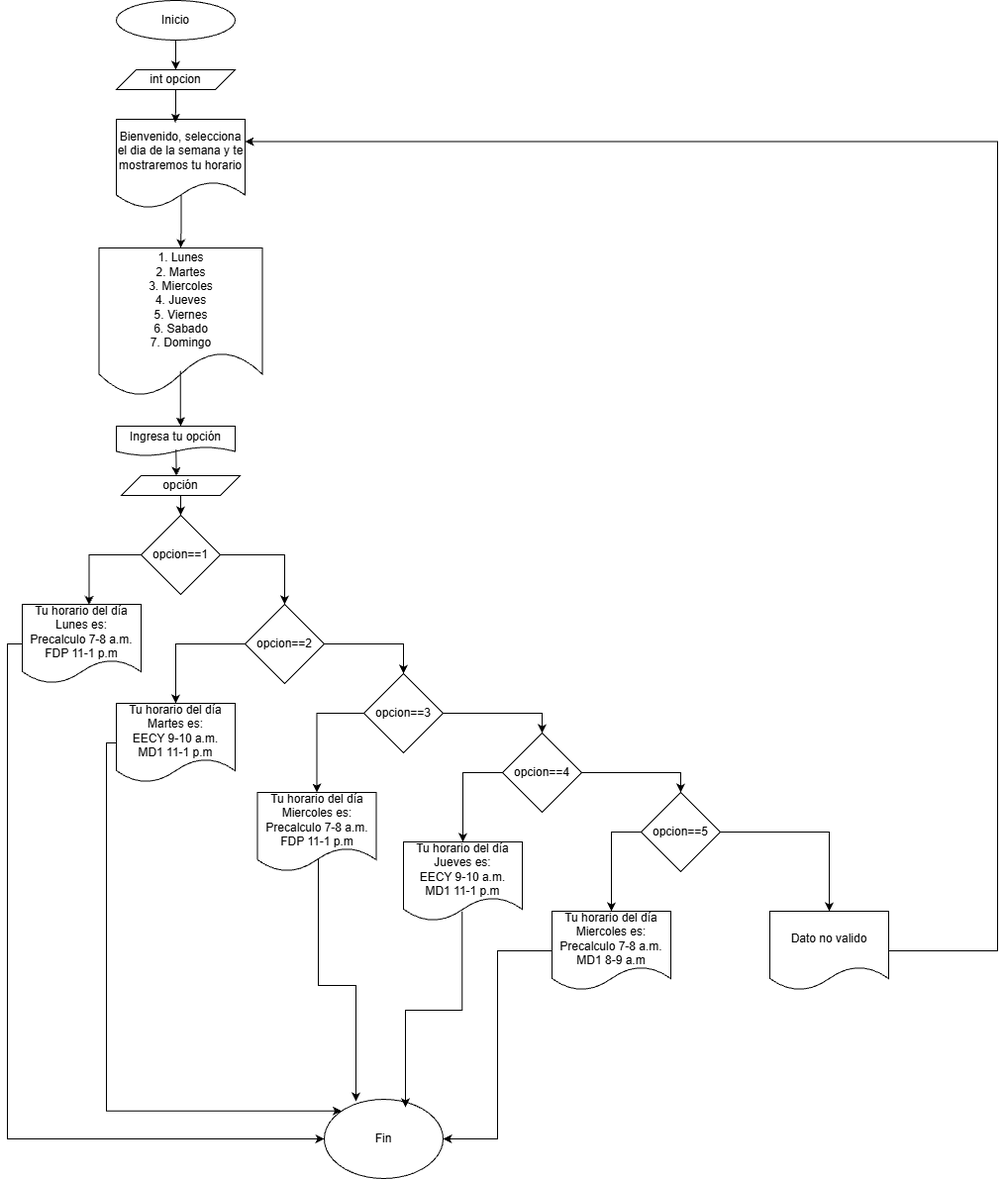
This is Ejercicios switch/Flujogramas/Flujograma Ejercicio16_clase.drawio.png from juanjo-guerra/FDP_Tarea, a draw.io export, as it was before one commit. Source tidied: cells renumbered, new cells last; positions are measured from the earlier drawing's top-left corner, leaving out a move shared by most shapes. Its diagram source:
```xml
<mxGraphModel>
  <root>
    <mxCell id="0" />
    <mxCell id="1" parent="0" />
    <mxCell id="2" style="edgeStyle=orthogonalEdgeStyle;rounded=0;jettySize=auto;html=1;entryX=0.5;entryY=0;entryDx=0;entryDy=0;" parent="1" edge="1" source="3" target="4">
      <mxGeometry relative="1" as="geometry" />
    </mxCell>
    <mxCell id="3" value="Inicio" style="ellipse;whiteSpace=wrap;html=1;" parent="1" vertex="1">
      <mxGeometry x="110" width="120" height="40" as="geometry" />
    </mxCell>
    <mxCell id="4" value="int opcion" style="shape=parallelogram;perimeter=parallelogramPerimeter;whiteSpace=wrap;html=1;fixedSize=1;" parent="1" vertex="1">
      <mxGeometry x="110" y="70" width="120" height="20" as="geometry" />
    </mxCell>
    <mxCell id="5" style="edgeStyle=orthogonalEdgeStyle;rounded=0;jettySize=auto;html=1;entryX=0.5;entryY=0;entryDx=0;entryDy=0;exitX=0.504;exitY=0.844;exitDx=0;exitDy=0;exitPerimeter=0;" parent="1" edge="1" source="6" target="7">
      <mxGeometry relative="1" as="geometry" />
    </mxCell>
    <mxCell id="6" value="Bienvenido, selecciona el dia de la semana y te mostraremos tu horario" style="shape=document;whiteSpace=wrap;html=1;boundedLbl=1;" parent="1" vertex="1">
      <mxGeometry x="110" y="120" width="130" height="90" as="geometry" />
    </mxCell>
    <mxCell id="7" value="1. Lunes&lt;div&gt;2. Martes&lt;/div&gt;&lt;div&gt;3. Miercoles&lt;/div&gt;&lt;div&gt;4. Jueves&lt;/div&gt;&lt;div&gt;5. Viernes&lt;/div&gt;&lt;div&gt;6. Sabado&lt;/div&gt;&lt;div&gt;7. Domingo&lt;/div&gt;" style="shape=document;whiteSpace=wrap;html=1;boundedLbl=1;" parent="1" vertex="1">
      <mxGeometry x="92.5" y="250" width="165" height="150" as="geometry" />
    </mxCell>
    <mxCell id="8" value="Ingresa tu opción" style="shape=document;whiteSpace=wrap;html=1;boundedLbl=1;" parent="1" vertex="1">
      <mxGeometry x="110" y="430" width="120" height="30" as="geometry" />
    </mxCell>
    <mxCell id="9" style="edgeStyle=orthogonalEdgeStyle;rounded=0;jettySize=auto;html=1;entryX=0.5;entryY=0;entryDx=0;entryDy=0;" parent="1" edge="1" source="10" target="12">
      <mxGeometry relative="1" as="geometry" />
    </mxCell>
    <mxCell id="10" value="opción" style="shape=parallelogram;perimeter=parallelogramPerimeter;whiteSpace=wrap;html=1;fixedSize=1;" parent="1" vertex="1">
      <mxGeometry x="115" y="480" width="120" height="20" as="geometry" />
    </mxCell>
    <mxCell id="11" style="edgeStyle=orthogonalEdgeStyle;rounded=0;jettySize=auto;html=1;entryX=0.5;entryY=0;entryDx=0;entryDy=0;" parent="1" edge="1" source="12" target="17">
      <mxGeometry relative="1" as="geometry" />
    </mxCell>
    <mxCell id="12" value="opcion==1" style="rhombus;whiteSpace=wrap;html=1;" parent="1" vertex="1">
      <mxGeometry x="135" y="520" width="80" height="80" as="geometry" />
    </mxCell>
    <mxCell id="13" style="edgeStyle=orthogonalEdgeStyle;rounded=0;jettySize=auto;html=1;entryX=0;entryY=0.5;entryDx=0;entryDy=0;" parent="1" edge="1" source="14" target="35">
      <mxGeometry relative="1" as="geometry">
        <Array as="points">
          <mxPoint y="650" />
          <mxPoint y="1150" />
        </Array>
      </mxGeometry>
    </mxCell>
    <mxCell id="14" value="Tu horario del día Lunes es:&lt;br&gt;Precalculo 7-8 a.m.&lt;br&gt;FDP 11-1 p.m" style="shape=document;whiteSpace=wrap;html=1;boundedLbl=1;" parent="1" vertex="1">
      <mxGeometry x="15" y="610" width="120" height="80" as="geometry" />
    </mxCell>
    <mxCell id="15" style="edgeStyle=orthogonalEdgeStyle;rounded=0;jettySize=auto;html=1;entryX=0.5;entryY=0;entryDx=0;entryDy=0;" parent="1" edge="1" source="17" target="22">
      <mxGeometry relative="1" as="geometry" />
    </mxCell>
    <mxCell id="16" style="edgeStyle=orthogonalEdgeStyle;rounded=0;jettySize=auto;html=1;entryX=0.5;entryY=0;entryDx=0;entryDy=0;" parent="1" edge="1" source="17" target="19">
      <mxGeometry relative="1" as="geometry" />
    </mxCell>
    <mxCell id="17" value="opcion==2" style="rhombus;whiteSpace=wrap;html=1;" parent="1" vertex="1">
      <mxGeometry x="240" y="610" width="80" height="80" as="geometry" />
    </mxCell>
    <mxCell id="18" style="edgeStyle=orthogonalEdgeStyle;rounded=0;jettySize=auto;html=1;entryX=0;entryY=0;entryDx=0;entryDy=0;" parent="1" edge="1" source="19" target="35">
      <mxGeometry relative="1" as="geometry">
        <Array as="points">
          <mxPoint x="100" y="750" />
          <mxPoint x="100" y="1122" />
        </Array>
      </mxGeometry>
    </mxCell>
    <mxCell id="19" value="Tu horario del día Martes es:&lt;br&gt;EECY 9-10 a.m.&lt;br&gt;MD1 11-1 p.m" style="shape=document;whiteSpace=wrap;html=1;boundedLbl=1;" parent="1" vertex="1">
      <mxGeometry x="110" y="710" width="120" height="80" as="geometry" />
    </mxCell>
    <mxCell id="20" style="edgeStyle=orthogonalEdgeStyle;rounded=0;jettySize=auto;html=1;entryX=0.5;entryY=0;entryDx=0;entryDy=0;exitX=0;exitY=0.5;exitDx=0;exitDy=0;" parent="1" edge="1" source="22" target="23">
      <mxGeometry relative="1" as="geometry" />
    </mxCell>
    <mxCell id="21" style="edgeStyle=orthogonalEdgeStyle;rounded=0;jettySize=auto;html=1;entryX=0.5;entryY=0;entryDx=0;entryDy=0;" parent="1" edge="1" source="22" target="26">
      <mxGeometry relative="1" as="geometry" />
    </mxCell>
    <mxCell id="22" value="opcion==3" style="rhombus;whiteSpace=wrap;html=1;" parent="1" vertex="1">
      <mxGeometry x="360" y="680" width="80" height="80" as="geometry" />
    </mxCell>
    <mxCell id="23" value="Tu horario del día Miercoles es:&lt;br&gt;Precalculo 7-8 a.m.&lt;br&gt;FDP 11-1 p.m" style="shape=document;whiteSpace=wrap;html=1;boundedLbl=1;" parent="1" vertex="1">
      <mxGeometry x="252.5" y="800" width="120" height="80" as="geometry" />
    </mxCell>
    <mxCell id="24" style="edgeStyle=orthogonalEdgeStyle;rounded=0;jettySize=auto;html=1;entryX=0.5;entryY=0;entryDx=0;entryDy=0;exitX=0;exitY=0.5;exitDx=0;exitDy=0;" parent="1" edge="1" source="26" target="27">
      <mxGeometry relative="1" as="geometry" />
    </mxCell>
    <mxCell id="25" style="edgeStyle=orthogonalEdgeStyle;rounded=0;jettySize=auto;html=1;entryX=0.5;entryY=0;entryDx=0;entryDy=0;" parent="1" edge="1" source="26" target="30">
      <mxGeometry relative="1" as="geometry" />
    </mxCell>
    <mxCell id="26" value="opcion==4" style="rhombus;whiteSpace=wrap;html=1;" parent="1" vertex="1">
      <mxGeometry x="500" y="740" width="80" height="80" as="geometry" />
    </mxCell>
    <mxCell id="27" value="Tu horario del día Jueves es:&lt;br&gt;EECY 9-10 a.m.&lt;br&gt;MD1 11-1 p.m" style="shape=document;whiteSpace=wrap;html=1;boundedLbl=1;" parent="1" vertex="1">
      <mxGeometry x="400" y="850" width="120" height="80" as="geometry" />
    </mxCell>
    <mxCell id="28" style="edgeStyle=orthogonalEdgeStyle;rounded=0;jettySize=auto;html=1;entryX=0.5;entryY=0;entryDx=0;entryDy=0;exitX=0;exitY=0.5;exitDx=0;exitDy=0;" parent="1" edge="1" source="30" target="32">
      <mxGeometry relative="1" as="geometry" />
    </mxCell>
    <mxCell id="29" style="edgeStyle=orthogonalEdgeStyle;rounded=0;jettySize=auto;html=1;entryX=0.5;entryY=0;entryDx=0;entryDy=0;" parent="1" edge="1" source="30" target="34">
      <mxGeometry relative="1" as="geometry" />
    </mxCell>
    <mxCell id="30" value="opcion==5" style="rhombus;whiteSpace=wrap;html=1;" parent="1" vertex="1">
      <mxGeometry x="640" y="800" width="80" height="80" as="geometry" />
    </mxCell>
    <mxCell id="31" style="edgeStyle=orthogonalEdgeStyle;rounded=0;jettySize=auto;html=1;entryX=1;entryY=0.5;entryDx=0;entryDy=0;" parent="1" edge="1" source="32" target="35">
      <mxGeometry relative="1" as="geometry" />
    </mxCell>
    <mxCell id="32" value="Tu horario del día Miercoles es:&lt;br&gt;Precalculo 7-8 a.m.&lt;br&gt;MD1 8-9 a.m" style="shape=document;whiteSpace=wrap;html=1;boundedLbl=1;" parent="1" vertex="1">
      <mxGeometry x="550" y="920" width="120" height="80" as="geometry" />
    </mxCell>
    <mxCell id="33" style="edgeStyle=orthogonalEdgeStyle;rounded=0;jettySize=auto;html=1;entryX=1;entryY=0.25;entryDx=0;entryDy=0;" parent="1" edge="1" source="34" target="6">
      <mxGeometry relative="1" as="geometry">
        <Array as="points">
          <mxPoint x="1000" y="960" />
          <mxPoint x="1000" y="143" />
        </Array>
      </mxGeometry>
    </mxCell>
    <mxCell id="34" value="Dato no valido" style="shape=document;whiteSpace=wrap;html=1;boundedLbl=1;" parent="1" vertex="1">
      <mxGeometry x="770" y="920" width="120" height="80" as="geometry" />
    </mxCell>
    <mxCell id="35" value="Fin" style="ellipse;whiteSpace=wrap;html=1;" parent="1" vertex="1">
      <mxGeometry x="320" y="1110" width="120" height="80" as="geometry" />
    </mxCell>
    <mxCell id="36" style="edgeStyle=orthogonalEdgeStyle;rounded=0;jettySize=auto;html=1;entryX=0.458;entryY=0.037;entryDx=0;entryDy=0;entryPerimeter=0;" parent="1" edge="1" source="4" target="6">
      <mxGeometry relative="1" as="geometry" />
    </mxCell>
    <mxCell id="37" style="edgeStyle=orthogonalEdgeStyle;rounded=0;jettySize=auto;html=1;entryX=0.542;entryY=0;entryDx=0;entryDy=0;entryPerimeter=0;exitX=0.498;exitY=0.829;exitDx=0;exitDy=0;exitPerimeter=0;" parent="1" edge="1" source="7" target="8">
      <mxGeometry relative="1" as="geometry" />
    </mxCell>
    <mxCell id="38" style="edgeStyle=orthogonalEdgeStyle;rounded=0;jettySize=auto;html=1;entryX=0.464;entryY=0.013;entryDx=0;entryDy=0;entryPerimeter=0;exitX=0.502;exitY=0.79;exitDx=0;exitDy=0;exitPerimeter=0;" parent="1" edge="1" source="8" target="10">
      <mxGeometry relative="1" as="geometry" />
    </mxCell>
    <mxCell id="39" style="edgeStyle=orthogonalEdgeStyle;rounded=0;jettySize=auto;html=1;entryX=0.563;entryY=0.006;entryDx=0;entryDy=0;entryPerimeter=0;exitX=0;exitY=0.5;exitDx=0;exitDy=0;" parent="1" edge="1" source="12" target="14">
      <mxGeometry relative="1" as="geometry">
        <Array as="points">
          <mxPoint x="83" y="560" />
        </Array>
      </mxGeometry>
    </mxCell>
    <mxCell id="40" style="edgeStyle=orthogonalEdgeStyle;rounded=0;jettySize=auto;html=1;entryX=0.267;entryY=0.025;entryDx=0;entryDy=0;entryPerimeter=0;exitX=0.512;exitY=0.842;exitDx=0;exitDy=0;exitPerimeter=0;" parent="1" edge="1" source="23" target="35">
      <mxGeometry relative="1" as="geometry" />
    </mxCell>
    <mxCell id="41" style="edgeStyle=orthogonalEdgeStyle;rounded=0;jettySize=auto;html=1;entryX=0.683;entryY=0.1;entryDx=0;entryDy=0;entryPerimeter=0;exitX=0.494;exitY=0.879;exitDx=0;exitDy=0;exitPerimeter=0;" parent="1" edge="1" source="27" target="35">
      <mxGeometry relative="1" as="geometry" />
    </mxCell>
  </root>
</mxGraphModel>
```
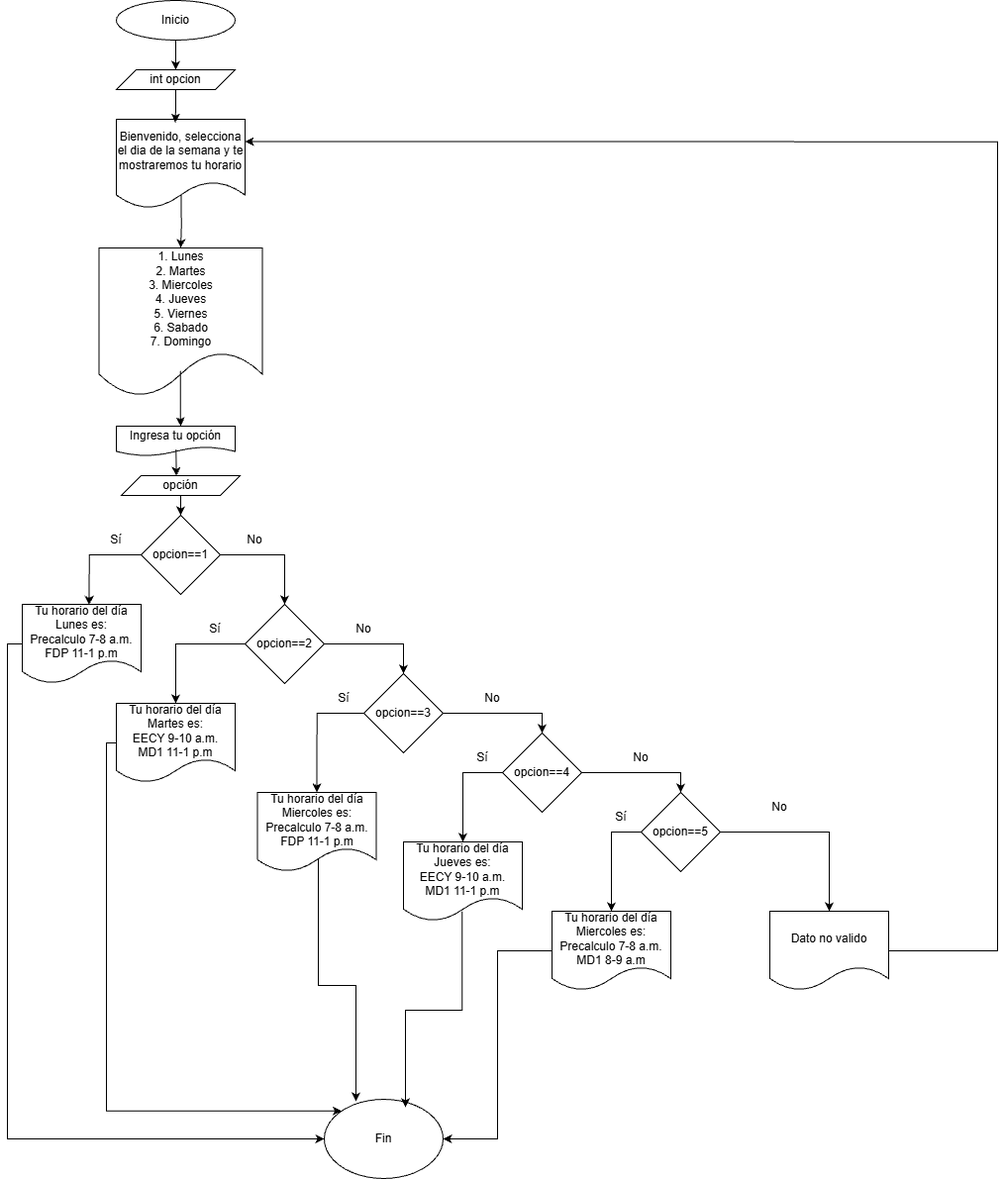
The same diagram one commit later.

The edit, as a diff of the source:
```diff
@@ -141,5 +141,35 @@
     <mxCell id="41" style="edgeStyle=orthogonalEdgeStyle;rounded=0;jettySize=auto;html=1;entryX=0.683;entryY=0.1;entryDx=0;entryDy=0;entryPerimeter=0;exitX=0.494;exitY=0.879;exitDx=0;exitDy=0;exitPerimeter=0;" parent="1" edge="1" source="27" target="35">
       <mxGeometry relative="1" as="geometry" />
     </mxCell>
+    <mxCell id="42" value="Sí" style="text;html=1;whiteSpace=wrap;strokeColor=none;fillColor=none;align=center;verticalAlign=middle;rounded=0;" parent="1" vertex="1">
+      <mxGeometry x="80" y="530" width="60" height="30" as="geometry" />
+    </mxCell>
+    <mxCell id="43" value="No" style="text;html=1;whiteSpace=wrap;strokeColor=none;fillColor=none;align=center;verticalAlign=middle;rounded=0;" parent="1" vertex="1">
+      <mxGeometry x="220" y="530" width="60" height="30" as="geometry" />
+    </mxCell>
+    <mxCell id="44" value="Sí" style="text;html=1;whiteSpace=wrap;strokeColor=none;fillColor=none;align=center;verticalAlign=middle;rounded=0;" parent="1" vertex="1">
+      <mxGeometry x="180" y="620" width="60" height="30" as="geometry" />
+    </mxCell>
+    <mxCell id="45" value="No" style="text;html=1;whiteSpace=wrap;strokeColor=none;fillColor=none;align=center;verticalAlign=middle;rounded=0;" parent="1" vertex="1">
+      <mxGeometry x="330" y="620" width="60" height="30" as="geometry" />
+    </mxCell>
+    <mxCell id="46" value="Sí" style="text;html=1;whiteSpace=wrap;strokeColor=none;fillColor=none;align=center;verticalAlign=middle;rounded=0;" parent="1" vertex="1">
+      <mxGeometry x="310" y="690" width="60" height="30" as="geometry" />
+    </mxCell>
+    <mxCell id="47" value="No" style="text;html=1;whiteSpace=wrap;strokeColor=none;fillColor=none;align=center;verticalAlign=middle;rounded=0;" parent="1" vertex="1">
+      <mxGeometry x="460" y="690" width="60" height="30" as="geometry" />
+    </mxCell>
+    <mxCell id="48" value="Sí" style="text;html=1;whiteSpace=wrap;strokeColor=none;fillColor=none;align=center;verticalAlign=middle;rounded=0;" parent="1" vertex="1">
+      <mxGeometry x="450" y="750" width="60" height="30" as="geometry" />
+    </mxCell>
+    <mxCell id="49" value="No" style="text;html=1;whiteSpace=wrap;strokeColor=none;fillColor=none;align=center;verticalAlign=middle;rounded=0;" parent="1" vertex="1">
+      <mxGeometry x="610" y="750" width="60" height="30" as="geometry" />
+    </mxCell>
+    <mxCell id="50" value="Sí" style="text;html=1;whiteSpace=wrap;strokeColor=none;fillColor=none;align=center;verticalAlign=middle;rounded=0;" parent="1" vertex="1">
+      <mxGeometry x="590" y="810" width="60" height="30" as="geometry" />
+    </mxCell>
+    <mxCell id="51" value="No" style="text;html=1;whiteSpace=wrap;strokeColor=none;fillColor=none;align=center;verticalAlign=middle;rounded=0;" parent="1" vertex="1">
+      <mxGeometry x="750" y="800" width="60" height="30" as="geometry" />
+    </mxCell>
   </root>
 </mxGraphModel>
```
